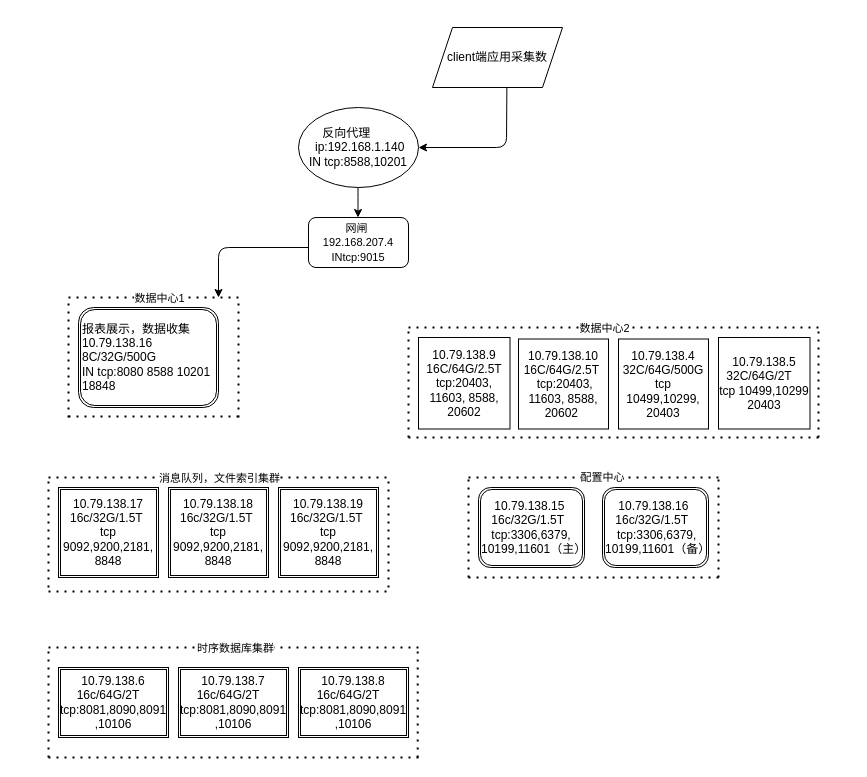
Earlier version of the draw.io diagram 江苏人社.drawio (zeng0550/free-programming-books). Source tidied: cells renumbered, new cells numbered last; positions are measured from the earlier drawing's top-left corner, leaving out a move shared by most shapes. Both pictures are drawn from the tidied source at 100%, with x=0, y=0 at pixel (48, 27).
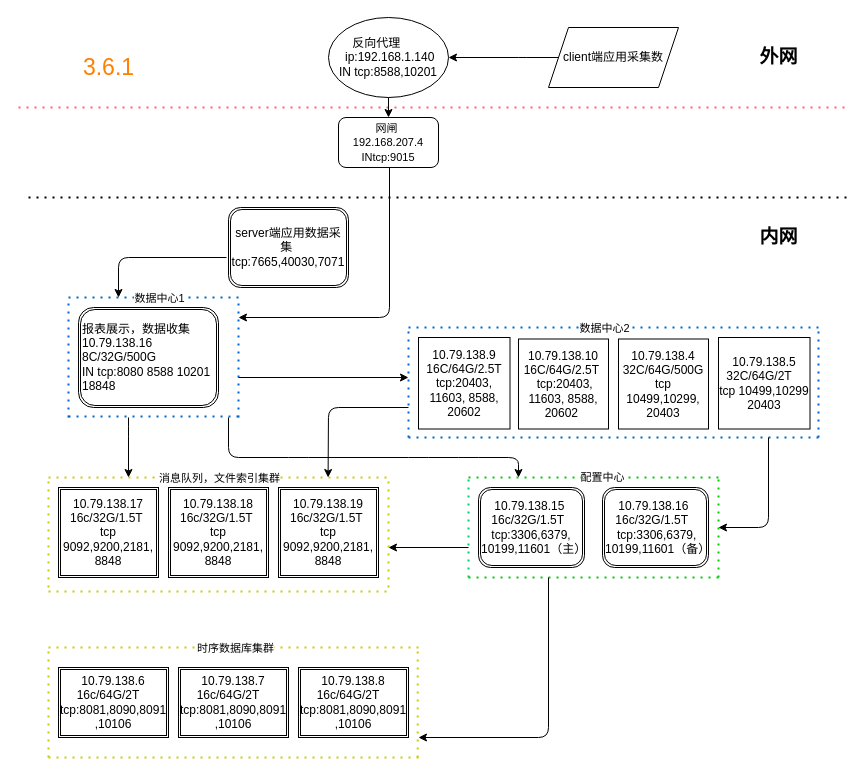
Above is the later version.

Commit message:
更新江苏人社.drawio

The edit, as a diff of the source:
```diff
@@
     <mxCell id="2" value="&lt;font style=&quot;font-size: 12px&quot;&gt;client端应用采集数&lt;/font&gt;" style="shape=parallelogram;perimeter=parallelogramPerimeter;whiteSpace=wrap;html=1;fixedSize=1;" parent="1" vertex="1">
-      <mxGeometry x="384" width="130" height="60" as="geometry" />
+      <mxGeometry x="500" width="130" height="60" as="geometry" />
     </mxCell>
     <mxCell id="3" value="反向代理&amp;nbsp; &amp;nbsp; &amp;nbsp; &amp;nbsp; &amp;nbsp;ip:192.168.1.140&lt;br&gt;IN tcp:8588,10201" style="ellipse;whiteSpace=wrap;html=1;" parent="1" vertex="1">
-      <mxGeometry x="250" y="80" width="120" height="80" as="geometry" />
+      <mxGeometry x="280" y="-10" width="120" height="80" as="geometry" />
     </mxCell>
-    <mxCell id="4" style="endArrow=classic;html=1;exitX=0.572;exitY=0.997;exitDx=0;exitDy=0;exitPerimeter=0;entryX=1;entryY=0.5;entryDx=0;entryDy=0;" parent="1" edge="1" source="2" target="3">
+    <mxCell id="4" style="endArrow=classic;html=1;" parent="1" edge="1">
       <mxGeometry relative="1" as="geometry">
+        <mxPoint x="510" y="30" as="sourcePoint" />
+        <mxPoint x="400" y="30" as="targetPoint" />
         <Array as="points">
-          <mxPoint x="458" y="120" />
+          <mxPoint x="468" y="30" />
+          <mxPoint x="480" y="30" />
         </Array>
       </mxGeometry>
     </mxCell>
     <mxCell id="5" value="&lt;font style=&quot;font-size: 11px&quot;&gt;网闸&amp;nbsp; 192.168.207.4 INtcp:9015&lt;/font&gt;" style="rounded=1;whiteSpace=wrap;html=1;" parent="1" vertex="1">
-      <mxGeometry x="260" y="190" width="100" height="50" as="geometry" />
+      <mxGeometry x="290" y="90" width="100" height="50" as="geometry" />
     </mxCell>
-    <mxCell id="6" style="endArrow=classic;html=1;" parent="1" edge="1">
-      <mxGeometry relative="1" as="geometry">
-        <mxPoint x="309.5" y="160" as="sourcePoint" />
-        <mxPoint x="309.5" y="190" as="targetPoint" />
-        <Array as="points">
-          <mxPoint x="309.5" y="180" />
-        </Array>
-      </mxGeometry>
-    </mxCell>
@@
-    <mxCell id="11" style="endArrow=none;dashed=1;html=1;dashPattern=1 3;strokeWidth=2;" parent="1" edge="1">
+    <mxCell id="11" style="endArrow=none;dashed=1;html=1;dashPattern=1 3;strokeWidth=2;strokeColor=#0066CC;" parent="1" edge="1">
       <mxGeometry relative="1" as="geometry">
         <mxPoint x="20" y="390" as="sourcePoint" />
         <mxPoint x="20" y="270" as="targetPoint" />
       </mxGeometry>
     </mxCell>
-    <mxCell id="12" style="endArrow=none;dashed=1;html=1;dashPattern=1 3;strokeWidth=2;" parent="1" edge="1">
+    <mxCell id="12" style="endArrow=none;dashed=1;html=1;dashPattern=1 3;strokeWidth=2;strokeColor=#0066CC;" parent="1" edge="1">
       <mxGeometry relative="1" as="geometry">
         <mxPoint x="190" y="390" as="sourcePoint" />
         <mxPoint x="190" y="270" as="targetPoint" />
       </mxGeometry>
     </mxCell>
-    <mxCell id="13" style="endArrow=none;dashed=1;html=1;dashPattern=1 3;strokeWidth=2;" parent="1" edge="1">
+    <mxCell id="13" style="endArrow=none;dashed=1;html=1;dashPattern=1 3;strokeWidth=2;strokeColor=#0066CC;" parent="1" edge="1">
       <mxGeometry relative="1" as="geometry">
         <mxPoint x="360" y="410" as="sourcePoint" />
         <mxPoint x="360" y="300" as="targetPoint" />
       </mxGeometry>
     </mxCell>
-    <mxCell id="14" style="endArrow=none;dashed=1;html=1;dashPattern=1 3;strokeWidth=2;" parent="1" edge="1">
+    <mxCell id="14" style="endArrow=none;dashed=1;html=1;dashPattern=1 3;strokeWidth=2;strokeColor=#0066CC;" parent="1" edge="1">
       <mxGeometry relative="1" as="geometry">
         <mxPoint x="770" y="410" as="sourcePoint" />
         <mxPoint x="770" y="300" as="targetPoint" />
       </mxGeometry>
     </mxCell>
-    <mxCell id="15" style="endArrow=none;dashed=1;html=1;dashPattern=1 3;strokeWidth=2;" parent="1" edge="1">
+    <mxCell id="15" style="endArrow=none;dashed=1;html=1;dashPattern=1 3;strokeWidth=2;strokeColor=#0066CC;" parent="1" edge="1">
       <mxGeometry relative="1" as="geometry">
         <mxPoint x="20" y="270" as="sourcePoint" />
         <mxPoint x="190" y="270" as="targetPoint" />
       </mxGeometry>
     </mxCell>
@@
-    <mxCell id="17" style="endArrow=none;dashed=1;html=1;dashPattern=1 3;strokeWidth=2;" parent="1" edge="1">
+    <mxCell id="17" style="endArrow=none;dashed=1;html=1;dashPattern=1 3;strokeWidth=2;strokeColor=#0066CC;" parent="1" edge="1">
       <mxGeometry relative="1" as="geometry">
         <mxPoint x="20" y="389" as="sourcePoint" />
         <mxPoint x="190" y="389" as="targetPoint" />
         <Array as="points">
           <mxPoint x="110" y="389" />
         </Array>
       </mxGeometry>
     </mxCell>
-    <mxCell id="18" style="endArrow=none;dashed=1;html=1;dashPattern=1 3;strokeWidth=2;" parent="1" edge="1">
+    <mxCell id="18" style="endArrow=none;dashed=1;html=1;dashPattern=1 3;strokeWidth=2;strokeColor=#0066CC;" parent="1" edge="1">
       <mxGeometry relative="1" as="geometry">
         <mxPoint x="360" y="300" as="sourcePoint" />
         <mxPoint x="770" y="300" as="targetPoint" />
       </mxGeometry>
     </mxCell>
@@
-    <mxCell id="20" style="endArrow=none;dashed=1;html=1;dashPattern=1 3;strokeWidth=2;" parent="1" edge="1">
+    <mxCell id="20" style="endArrow=none;dashed=1;html=1;dashPattern=1 3;strokeWidth=2;strokeColor=#0066CC;" parent="1" edge="1">
       <mxGeometry relative="1" as="geometry">
         <mxPoint x="360" y="410" as="sourcePoint" />
         <mxPoint x="770" y="410" as="targetPoint" />
       </mxGeometry>
     </mxCell>
@@
-    <mxCell id="25" style="endArrow=none;dashed=1;html=1;dashPattern=1 3;strokeWidth=2;" parent="1" edge="1">
+    <mxCell id="25" style="endArrow=none;dashed=1;html=1;dashPattern=1 3;strokeWidth=2;strokeColor=#CCCC00;" parent="1" edge="1">
       <mxGeometry relative="1" as="geometry">
         <mxPoint y="560" as="sourcePoint" />
         <mxPoint y="450" as="targetPoint" />
       </mxGeometry>
     </mxCell>
-    <mxCell id="26" style="endArrow=none;dashed=1;html=1;dashPattern=1 3;strokeWidth=2;" parent="1" edge="1">
+    <mxCell id="26" style="endArrow=none;dashed=1;html=1;dashPattern=1 3;strokeWidth=2;strokeColor=#CCCC00;" parent="1" edge="1">
       <mxGeometry relative="1" as="geometry">
         <mxPoint x="340" y="560" as="sourcePoint" />
         <mxPoint x="340" y="450" as="targetPoint" />
       </mxGeometry>
     </mxCell>
-    <mxCell id="27" style="endArrow=none;dashed=1;html=1;dashPattern=1 3;strokeWidth=2;" parent="1" edge="1">
+    <mxCell id="27" style="endArrow=none;dashed=1;html=1;dashPattern=1 3;strokeWidth=2;strokeColor=#CCCC00;" parent="1" edge="1">
       <mxGeometry relative="1" as="geometry">
         <mxPoint y="450" as="sourcePoint" />
         <mxPoint x="340" y="450" as="targetPoint" />
       </mxGeometry>
     </mxCell>
@@
-    <mxCell id="29" style="endArrow=none;dashed=1;html=1;dashPattern=1 3;strokeWidth=2;" parent="1" edge="1">
+    <mxCell id="29" style="endArrow=none;dashed=1;html=1;dashPattern=1 3;strokeWidth=2;strokeColor=#CCCC00;" parent="1" edge="1">
       <mxGeometry relative="1" as="geometry">
         <mxPoint y="564" as="sourcePoint" />
         <mxPoint x="340" y="564" as="targetPoint" />
       </mxGeometry>
     </mxCell>
@@
-    <mxCell id="32" style="endArrow=none;dashed=1;html=1;dashPattern=1 3;strokeWidth=2;" parent="1" edge="1">
+    <mxCell id="32" style="endArrow=none;dashed=1;html=1;dashPattern=1 3;strokeWidth=2;strokeColor=#00CC66;" parent="1" edge="1">
       <mxGeometry relative="1" as="geometry">
         <mxPoint x="420" y="550" as="sourcePoint" />
         <mxPoint x="420" y="447.5" as="targetPoint" />
       </mxGeometry>
     </mxCell>
-    <mxCell id="33" style="endArrow=none;dashed=1;html=1;dashPattern=1 3;strokeWidth=2;" parent="1" edge="1">
+    <mxCell id="33" style="endArrow=none;dashed=1;html=1;dashPattern=1 3;strokeWidth=2;strokeColor=#00CC00;" parent="1" edge="1">
       <mxGeometry relative="1" as="geometry">
         <mxPoint x="670" y="550" as="sourcePoint" />
         <mxPoint x="670" y="447.5" as="targetPoint" />
       </mxGeometry>
     </mxCell>
-    <mxCell id="34" style="endArrow=none;dashed=1;html=1;dashPattern=1 3;strokeWidth=2;" parent="1" edge="1">
+    <mxCell id="34" style="endArrow=none;dashed=1;html=1;dashPattern=1 3;strokeWidth=2;strokeColor=#00CC00;" parent="1" edge="1">
       <mxGeometry relative="1" as="geometry">
         <mxPoint x="420" y="450" as="sourcePoint" />
         <mxPoint x="670" y="450" as="targetPoint" />
       </mxGeometry>
     </mxCell>
@@
-    <mxCell id="36" style="endArrow=none;dashed=1;html=1;dashPattern=1 3;strokeWidth=2;" parent="1" edge="1">
+    <mxCell id="36" style="endArrow=none;dashed=1;html=1;dashPattern=1 3;strokeWidth=2;strokeColor=#00CC00;" parent="1" edge="1">
       <mxGeometry relative="1" as="geometry">
         <mxPoint x="420" y="550" as="sourcePoint" />
         <mxPoint x="670" y="550" as="targetPoint" />
       </mxGeometry>
     </mxCell>
@@
-    <mxCell id="40" style="endArrow=none;dashed=1;html=1;dashPattern=1 3;strokeWidth=2;" parent="1" edge="1">
+    <mxCell id="40" style="endArrow=none;dashed=1;html=1;dashPattern=1 3;strokeWidth=2;strokeColor=#CCCC00;" parent="1" edge="1">
       <mxGeometry relative="1" as="geometry">
         <mxPoint y="730" as="sourcePoint" />
         <mxPoint y="620" as="targetPoint" />
       </mxGeometry>
     </mxCell>
-    <mxCell id="41" style="endArrow=none;dashed=1;html=1;dashPattern=1 3;strokeWidth=2;" parent="1" edge="1">
+    <mxCell id="41" style="endArrow=none;dashed=1;html=1;dashPattern=1 3;strokeWidth=2;strokeColor=#CCCC00;" parent="1" edge="1">
       <mxGeometry relative="1" as="geometry">
         <mxPoint x="369.2" y="730" as="sourcePoint" />
         <mxPoint x="369.2" y="620" as="targetPoint" />
         <Array as="points">
           <mxPoint x="369.2" y="680" />
         </Array>
       </mxGeometry>
     </mxCell>
-    <mxCell id="42" style="endArrow=none;dashed=1;html=1;dashPattern=1 3;strokeWidth=2;" parent="1" edge="1">
+    <mxCell id="42" style="endArrow=none;dashed=1;html=1;dashPattern=1 3;strokeWidth=2;strokeColor=#CCCC00;" parent="1" edge="1">
       <mxGeometry relative="1" as="geometry">
         <mxPoint y="620" as="sourcePoint" />
         <mxPoint x="370" y="620" as="targetPoint" />
       </mxGeometry>
     </mxCell>
@@
-    <mxCell id="44" style="endArrow=none;dashed=1;html=1;dashPattern=1 3;strokeWidth=2;" parent="1" edge="1">
+    <mxCell id="44" style="endArrow=none;dashed=1;html=1;dashPattern=1 3;strokeWidth=2;strokeColor=#CCCC00;" parent="1" edge="1">
       <mxGeometry relative="1" as="geometry">
         <mxPoint y="730" as="sourcePoint" />
         <mxPoint x="370" y="730" as="targetPoint" />
       </mxGeometry>
     </mxCell>
     <mxCell id="45" style="endArrow=classic;html=1;" parent="1" edge="1">
       <mxGeometry relative="1" as="geometry">
-        <mxPoint x="260" y="220" as="sourcePoint" />
-        <mxPoint x="170" y="270" as="targetPoint" />
+        <mxPoint x="341" y="140" as="sourcePoint" />
+        <mxPoint x="190" y="290" as="targetPoint" />
         <Array as="points">
-          <mxPoint x="170" y="220" />
+          <mxPoint x="341" y="290" />
         </Array>
       </mxGeometry>
     </mxCell>
+    <mxCell id="46" style="endArrow=classic;html=1;" parent="1" edge="1">
+      <mxGeometry relative="1" as="geometry">
+        <mxPoint x="80" y="390" as="sourcePoint" />
+        <mxPoint x="80" y="450" as="targetPoint" />
+        <Array as="points">
+          <mxPoint x="80" y="408.5" />
+        </Array>
+      </mxGeometry>
+    </mxCell>
+    <mxCell id="47" style="endArrow=classic;html=1;" parent="1" edge="1">
+      <mxGeometry relative="1" as="geometry">
+        <mxPoint x="180" y="390" as="sourcePoint" />
+        <mxPoint x="470" y="450" as="targetPoint" />
+        <Array as="points">
+          <mxPoint x="180" y="430" />
+          <mxPoint x="250" y="430" />
+          <mxPoint x="370" y="430" />
+          <mxPoint x="420" y="430" />
+          <mxPoint x="470" y="430" />
+        </Array>
+      </mxGeometry>
+    </mxCell>
+    <mxCell id="48" style="endArrow=classic;html=1;" parent="1" edge="1">
+      <mxGeometry relative="1" as="geometry">
+        <mxPoint x="720" y="410" as="sourcePoint" />
+        <mxPoint x="670" y="500" as="targetPoint" />
+        <Array as="points">
+          <mxPoint x="720" y="500" />
+        </Array>
+      </mxGeometry>
+    </mxCell>
+    <mxCell id="49" style="endArrow=classic;html=1;" parent="1" edge="1">
+      <mxGeometry relative="1" as="geometry">
+        <mxPoint x="360" y="380" as="sourcePoint" />
+        <mxPoint x="279.6" y="450" as="targetPoint" />
+        <Array as="points">
+          <mxPoint x="280" y="380" />
+        </Array>
+      </mxGeometry>
+    </mxCell>
+    <mxCell id="50" value="server端应用数据采集&amp;nbsp; tcp:7665,40030,7071" style="shape=ext;double=1;rounded=1;whiteSpace=wrap;html=1;" parent="1" vertex="1">
+      <mxGeometry x="180" y="180" width="120" height="80" as="geometry" />
+    </mxCell>
+    <mxCell id="51" style="endArrow=classic;html=1;" parent="1" edge="1">
+      <mxGeometry relative="1" as="geometry">
+        <mxPoint x="178" y="230" as="sourcePoint" />
+        <mxPoint x="70" y="270" as="targetPoint" />
+        <Array as="points">
+          <mxPoint x="70" y="230" />
+        </Array>
+      </mxGeometry>
+    </mxCell>
+    <mxCell id="52" style="endArrow=classic;html=1;" parent="1" edge="1">
+      <mxGeometry relative="1" as="geometry">
+        <mxPoint x="500" y="550" as="sourcePoint" />
+        <mxPoint x="370" y="710" as="targetPoint" />
+        <Array as="points">
+          <mxPoint x="500" y="710" />
+        </Array>
+      </mxGeometry>
+    </mxCell>
+    <mxCell id="53" style="endArrow=classic;html=1;" parent="1" edge="1">
+      <mxGeometry relative="1" as="geometry">
+        <mxPoint x="420" y="520" as="sourcePoint" />
+        <mxPoint x="340" y="520" as="targetPoint" />
+      </mxGeometry>
+    </mxCell>
+    <mxCell id="54" style="endArrow=none;dashed=1;html=1;dashPattern=1 3;strokeWidth=2;strokeColor=#FF6666;" parent="1" edge="1">
+      <mxGeometry relative="1" as="geometry">
+        <mxPoint x="-30" y="80" as="sourcePoint" />
+        <mxPoint x="800" y="80" as="targetPoint" />
+      </mxGeometry>
+    </mxCell>
+    <mxCell id="55" value="&lt;font style=&quot;font-size: 19px&quot;&gt;&lt;b&gt;外网&lt;/b&gt;&lt;/font&gt;" style="text;html=1;align=center;verticalAlign=middle;strokeColor=none;fillColor=none;" parent="1" vertex="1">
+      <mxGeometry x="705" y="20" width="50" height="20" as="geometry" />
+    </mxCell>
+    <mxCell id="56" style="endArrow=classic;html=1;" parent="1" edge="1">
+      <mxGeometry relative="1" as="geometry">
+        <mxPoint x="340" y="70" as="sourcePoint" />
+        <mxPoint x="340" y="90" as="targetPoint" />
+      </mxGeometry>
+    </mxCell>
+    <mxCell id="57" style="endArrow=none;dashed=1;html=1;dashPattern=1 3;strokeWidth=2;" parent="1" edge="1">
+      <mxGeometry relative="1" as="geometry">
+        <mxPoint x="-20" y="170" as="sourcePoint" />
+        <mxPoint x="800" y="170" as="targetPoint" />
+      </mxGeometry>
+    </mxCell>
+    <mxCell id="58" value="&lt;font style=&quot;font-size: 19px&quot;&gt;&lt;b&gt;内网&lt;/b&gt;&lt;/font&gt;" style="text;html=1;align=center;verticalAlign=middle;strokeColor=none;fillColor=none;" parent="1" vertex="1">
+      <mxGeometry x="705" y="200" width="50" height="20" as="geometry" />
+    </mxCell>
+    <mxCell id="59" value="&lt;font style=&quot;font-size: 23px&quot; color=&quot;#ff8000&quot;&gt;3.6.1&lt;/font&gt;" style="text;html=1;align=center;verticalAlign=middle;strokeColor=none;fillColor=none;" parent="1" vertex="1">
+      <mxGeometry x="25" y="30" width="70" height="20" as="geometry" />
+    </mxCell>
+    <mxCell id="60" style="endArrow=classic;html=1;strokeColor=#000000;" parent="1" edge="1">
+      <mxGeometry relative="1" as="geometry">
+        <mxPoint x="190" y="350" as="sourcePoint" />
+        <mxPoint x="360" y="350" as="targetPoint" />
+      </mxGeometry>
+    </mxCell>
```
